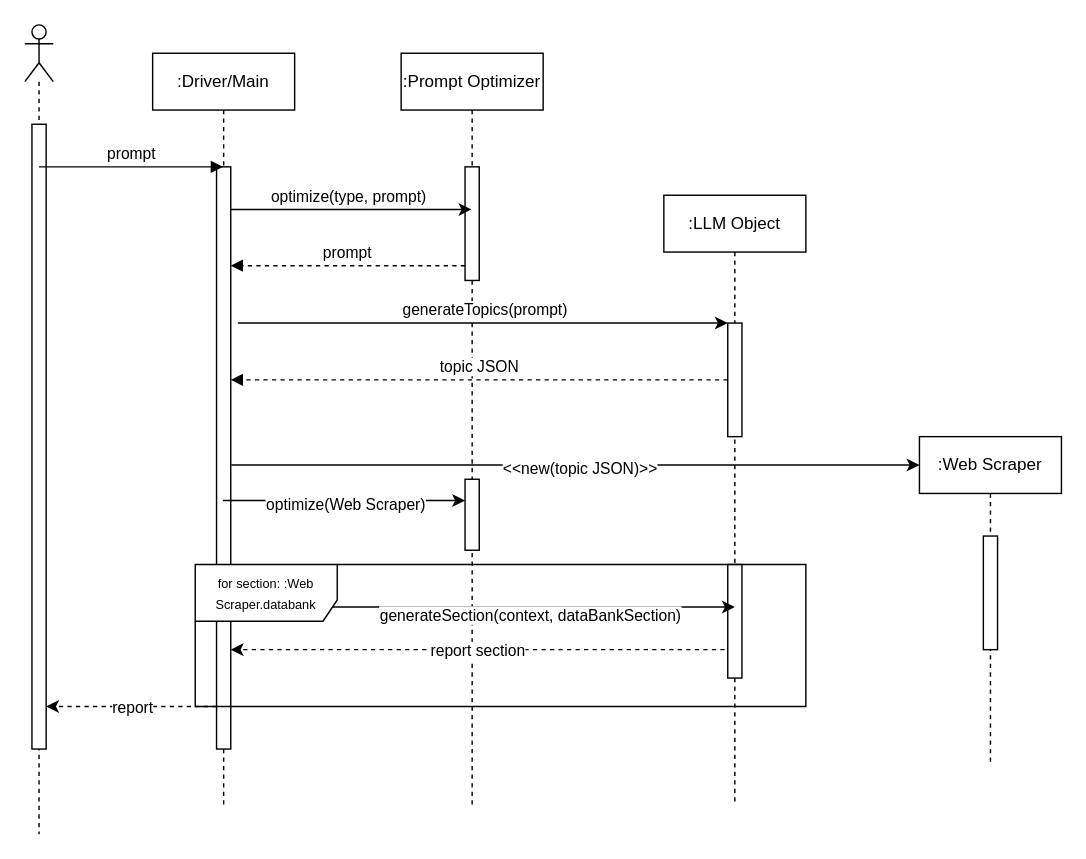
The draw.io diagram InformationFlowSequence.drawio in IshaanTakrani/Raisearch, before the edit. Source tidied: cells renumbered, new cells numbered last; positions are measured from the earlier drawing's top-left corner, leaving out a move shared by most shapes. Both pictures are drawn from the tidied source at 142%, with x=0, y=0 at pixel (24, 24).
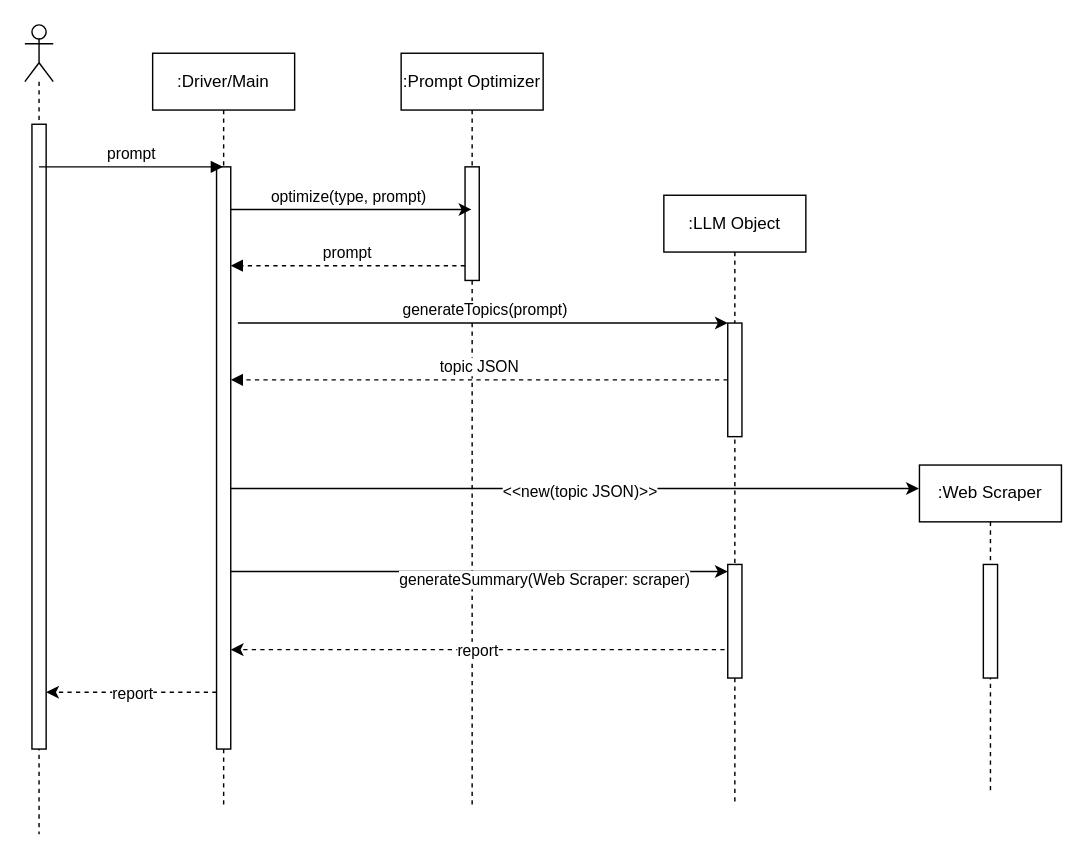
The same page after the edit.

The change refers to these unchanged cells:
```xml
<mxCell id="4" style="html=1;points=[[0,0,0,0,5],[0,1,0,0,-5],[1,0,0,0,5],[1,1,0,0,-5]];perimeter=orthogonalPerimeter;outlineConnect=0;targetShapes=umlLifeline;portConstraint=eastwest;newEdgeStyle={&quot;curved&quot;:0,&quot;rounded&quot;:0};" parent="2" vertex="1">
  <mxGeometry x="45" y="260" width="10" height="80" as="geometry" />
</mxCell>
<mxCell id="9" value=":Prompt Optimizer" style="shape=umlLifeline;perimeter=lifelinePerimeter;whiteSpace=wrap;html=1;newEdgeStyle={&quot;curved&quot;:0,&quot;rounded&quot;:0};" parent="1" vertex="1">
  <mxGeometry x="265" y="20" width="100" height="530" as="geometry" />
</mxCell>
<mxCell id="15" value=":Driver/Main" style="shape=umlLifeline;perimeter=lifelinePerimeter;whiteSpace=wrap;html=1;outlineConnect=0;portConstraint=eastwest;newEdgeStyle={&quot;curved&quot;:0,&quot;rounded&quot;:0};" parent="1" vertex="1">
  <mxGeometry x="90" y="20" width="100" height="530" as="geometry" />
</mxCell>
<mxCell id="16" style="html=1;points=[[0,0,0,0,5],[0,1,0,0,-5],[1,0,0,0,5],[1,1,0,0,-5]];perimeter=orthogonalPerimeter;outlineConnect=0;targetShapes=umlLifeline;portConstraint=eastwest;newEdgeStyle={&quot;curved&quot;:0,&quot;rounded&quot;:0};" parent="15" vertex="1">
  <mxGeometry x="45" y="80" width="10" height="410" as="geometry" />
</mxCell>
<mxCell id="25" style="endArrow=classic;html=1;rounded=0;dashed=1;" parent="1" edge="1" target="16">
  <mxGeometry relative="1" as="geometry">
    <mxPoint x="492.8" y="440" as="sourcePoint" />
  </mxGeometry>
</mxCell>
```

Diff of the diagram source:
```diff
@@
     <mxCell id="5" value=":Web Scraper" style="shape=umlLifeline;perimeter=lifelinePerimeter;whiteSpace=wrap;html=1;outlineConnect=0;portConstraint=eastwest;newEdgeStyle={&quot;curved&quot;:0,&quot;rounded&quot;:0};" parent="1" vertex="1">
-      <mxGeometry x="630" y="290" width="100" height="230" as="geometry" />
+      <mxGeometry x="630" y="310" width="100" height="230" as="geometry" />
     </mxCell>
@@
-    <mxCell id="11" style="html=1;perimeter=orthogonalPerimeter;targetShapes=umlLifeline;newEdgeStyle={&quot;curved&quot;:0,&quot;rounded&quot;:0};" parent="9" vertex="1">
-      <mxGeometry x="45" y="300" width="10" height="50" as="geometry" />
-    </mxCell>
@@
-    <mxCell id="21" style="endArrow=classic;html=1;rounded=0;entryX=-0.004;entryY=0.072;entryDx=0;entryDy=0;entryPerimeter=0;" parent="1" edge="1">
-      <mxGeometry relative="1" as="geometry">
-        <mxPoint x="145.4" y="310" as="sourcePoint" />
-        <mxPoint x="630" y="310" as="targetPoint" />
-      </mxGeometry>
+    <mxCell id="21" style="endArrow=classic;html=1;rounded=0;entryX=-0.004;entryY=0.072;entryDx=0;entryDy=0;entryPerimeter=0;" parent="1" edge="1" source="16" target="5">
+      <mxGeometry relative="1" as="geometry" />
     </mxCell>
@@
-    <mxCell id="23" style="endArrow=classic;html=1;rounded=0;entryX=0;entryY=0;entryDx=0;entryDy=5;entryPerimeter=0;" parent="1" edge="1">
-      <mxGeometry relative="1" as="geometry">
-        <mxPoint x="150" y="410" as="sourcePoint" />
-        <mxPoint x="500" y="410" as="targetPoint" />
-      </mxGeometry>
+    <mxCell id="23" style="endArrow=classic;html=1;rounded=0;entryX=0;entryY=0;entryDx=0;entryDy=5;entryPerimeter=0;" parent="1" edge="1" source="16" target="4">
+      <mxGeometry relative="1" as="geometry" />
     </mxCell>
-    <mxCell id="24" value="generateSection(context, dataBankSection)" style="edgeLabel;html=1;align=center;verticalAlign=middle;" parent="23" vertex="1">
+    <mxCell id="24" value="generateSummary(Web Scraper: scraper)" style="edgeLabel;html=1;align=center;verticalAlign=middle;" parent="23" vertex="1">
       <mxGeometry relative="1" as="geometry">
-        <mxPoint x="30" y="5" as="offset" />
+        <mxPoint x="45" y="5" as="offset" />
       </mxGeometry>
     </mxCell>
@@
-    <mxCell id="26" value="report section" style="edgeLabel;html=1;align=center;verticalAlign=middle;" parent="25" vertex="1">
+    <mxCell id="26" value="report" style="edgeLabel;html=1;align=center;verticalAlign=middle;" parent="25" vertex="1">
       <mxGeometry relative="1" as="geometry" />
     </mxCell>
     <mxCell id="27" style="endArrow=classic;html=1;rounded=0;dashed=1;" parent="1" edge="1">
       <mxGeometry relative="1" as="geometry">
-        <mxPoint x="135" y="480" as="sourcePoint" />
-        <mxPoint x="15" y="480" as="targetPoint" />
+        <mxPoint x="135" y="470" as="sourcePoint" />
+        <mxPoint x="15" y="470" as="targetPoint" />
       </mxGeometry>
     </mxCell>
@@
-    <mxCell id="29" value="&lt;font style=&quot;font-size: 9px;&quot;&gt;for section: :Web Scraper.databank&lt;br&gt;&lt;/font&gt;" style="shape=umlFrame;whiteSpace=wrap;html=1;width=100;height=40;" parent="1" vertex="1">
-      <mxGeometry x="120" y="380" width="430" height="100" as="geometry" />
-    </mxCell>
-    <mxCell id="30" style="endArrow=classic;html=1;rounded=0;" parent="1" edge="1" source="15">
-      <mxGeometry relative="1" as="geometry">
-        <mxPoint x="310" y="335" as="targetPoint" />
-      </mxGeometry>
-    </mxCell>
-    <mxCell id="31" value="optimize(Web Scraper)" style="edgeLabel;html=1;align=center;verticalAlign=middle;" parent="30" vertex="1">
-      <mxGeometry x="0.01" y="-2" relative="1" as="geometry" />
-    </mxCell>
```
